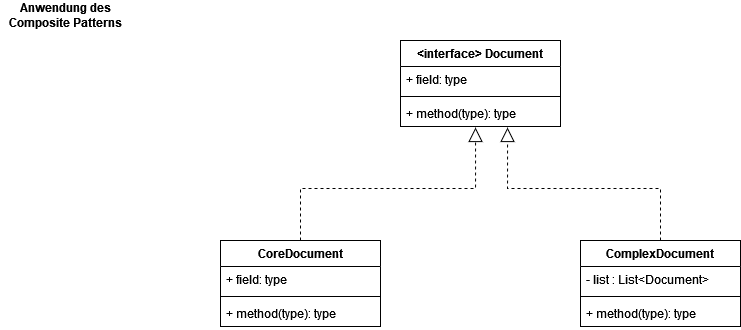
Before: src/org/hbrs/se1/ws22/uebung9/Uebung9-2.drawio.png, a diagram exported from draw.io (fitnesstino/WS22-SE1). Source tidied: cells renumbered, new cells last; positions are measured from the earlier drawing's top-left corner, leaving out a move shared by most shapes. Its diagram source:
```xml
<mxGraphModel>
  <root>
    <mxCell id="0" />
    <mxCell id="1" parent="0" />
    <mxCell id="2" value="Anwendung des Composite Patterns" style="text;html=1;strokeColor=none;fillColor=none;align=center;verticalAlign=middle;whiteSpace=wrap;rounded=0;fontStyle=1;" parent="1" vertex="1">
      <mxGeometry width="130" height="30" as="geometry" />
    </mxCell>
    <mxCell id="3" value="&lt;interface&gt; Document" style="swimlane;fontStyle=1;align=center;verticalAlign=top;horizontal=1;startSize=26;" parent="1" vertex="1">
      <mxGeometry x="400" y="40" width="160" height="86" as="geometry" />
    </mxCell>
    <mxCell id="4" value="+ field: type" style="text;strokeColor=none;fillColor=none;align=left;verticalAlign=top;spacingLeft=4;spacingRight=4;overflow=hidden;" parent="3" vertex="1">
      <mxGeometry y="26" width="160" height="26" as="geometry" />
    </mxCell>
    <mxCell id="5" style="line;strokeWidth=1;fillColor=none;align=left;verticalAlign=middle;spacingTop=-1;spacingLeft=3;spacingRight=3;labelPosition=right;strokeColor=inherit;" parent="3" vertex="1">
      <mxGeometry y="52" width="160" height="8" as="geometry" />
    </mxCell>
    <mxCell id="6" value="+ method(type): type" style="text;strokeColor=none;fillColor=none;align=left;verticalAlign=top;spacingLeft=4;spacingRight=4;overflow=hidden;points=[[0,0.5],[1,0.5]];portConstraint=eastwest;" parent="3" vertex="1">
      <mxGeometry y="60" width="160" height="26" as="geometry" />
    </mxCell>
    <mxCell id="7" style="edgeStyle=orthogonalEdgeStyle;rounded=0;jettySize=auto;html=1;entryX=0.469;entryY=1.038;entryDx=0;entryDy=0;entryPerimeter=0;dashed=1;endArrow=block;endFill=0;endSize=12;" parent="1" edge="1" source="8" target="6">
      <mxGeometry relative="1" as="geometry" />
    </mxCell>
    <mxCell id="8" value="CoreDocument" style="swimlane;fontStyle=1;align=center;verticalAlign=top;horizontal=1;startSize=26;" parent="1" vertex="1">
      <mxGeometry x="220" y="240" width="160" height="86" as="geometry" />
    </mxCell>
    <mxCell id="9" value="+ field: type" style="text;strokeColor=none;fillColor=none;align=left;verticalAlign=top;spacingLeft=4;spacingRight=4;overflow=hidden;" parent="8" vertex="1">
      <mxGeometry y="26" width="160" height="26" as="geometry" />
    </mxCell>
    <mxCell id="10" style="line;strokeWidth=1;fillColor=none;align=left;verticalAlign=middle;spacingTop=-1;spacingLeft=3;spacingRight=3;labelPosition=right;strokeColor=inherit;" parent="8" vertex="1">
      <mxGeometry y="52" width="160" height="8" as="geometry" />
    </mxCell>
    <mxCell id="11" value="+ method(type): type" style="text;strokeColor=none;fillColor=none;align=left;verticalAlign=top;spacingLeft=4;spacingRight=4;overflow=hidden;" parent="8" vertex="1">
      <mxGeometry y="60" width="160" height="26" as="geometry" />
    </mxCell>
    <mxCell id="12" style="edgeStyle=orthogonalEdgeStyle;rounded=0;jettySize=auto;html=1;entryX=0.669;entryY=1.038;entryDx=0;entryDy=0;entryPerimeter=0;dashed=1;endArrow=block;endFill=0;endSize=12;" parent="1" edge="1" source="13" target="6">
      <mxGeometry relative="1" as="geometry" />
    </mxCell>
    <mxCell id="13" value="ComplexDocument" style="swimlane;fontStyle=1;align=center;verticalAlign=top;horizontal=1;startSize=26;" parent="1" vertex="1">
      <mxGeometry x="580" y="240" width="160" height="86" as="geometry" />
    </mxCell>
    <mxCell id="14" value="- list : List&lt;Document&gt;" style="text;strokeColor=none;fillColor=none;align=left;verticalAlign=top;spacingLeft=4;spacingRight=4;overflow=hidden;" parent="13" vertex="1">
      <mxGeometry y="26" width="160" height="26" as="geometry" />
    </mxCell>
    <mxCell id="15" style="line;strokeWidth=1;fillColor=none;align=left;verticalAlign=middle;spacingTop=-1;spacingLeft=3;spacingRight=3;labelPosition=right;strokeColor=inherit;" parent="13" vertex="1">
      <mxGeometry y="52" width="160" height="8" as="geometry" />
    </mxCell>
    <mxCell id="16" value="+ method(type): type" style="text;strokeColor=none;fillColor=none;align=left;verticalAlign=top;spacingLeft=4;spacingRight=4;overflow=hidden;" parent="13" vertex="1">
      <mxGeometry y="60" width="160" height="26" as="geometry" />
    </mxCell>
  </root>
</mxGraphModel>
```
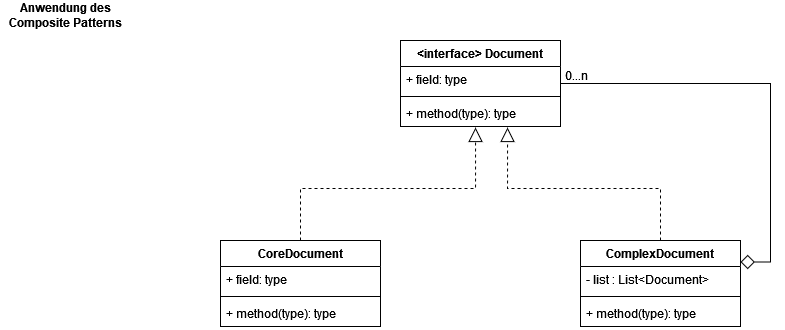
Later version of the same file.

Diff of the diagram source:
```diff
@@ -47,5 +47,11 @@
     <mxCell id="16" value="+ method(type): type" style="text;strokeColor=none;fillColor=none;align=left;verticalAlign=top;spacingLeft=4;spacingRight=4;overflow=hidden;" parent="13" vertex="1">
       <mxGeometry y="60" width="160" height="26" as="geometry" />
     </mxCell>
+    <mxCell id="17" style="edgeStyle=orthogonalEdgeStyle;rounded=0;jettySize=auto;html=1;entryX=1;entryY=0.25;entryDx=0;entryDy=0;endArrow=diamond;endFill=0;endSize=12;exitX=1;exitY=0.5;exitDx=0;exitDy=0;" parent="1" edge="1" source="3" target="13">
+      <mxGeometry relative="1" as="geometry" />
+    </mxCell>
+    <mxCell id="18" value="0...n" style="text;html=1;align=center;verticalAlign=middle;strokeColor=none;fillColor=none;" parent="1" vertex="1">
+      <mxGeometry x="551" y="60" width="50" height="30" as="geometry" />
+    </mxCell>
   </root>
 </mxGraphModel>
```
